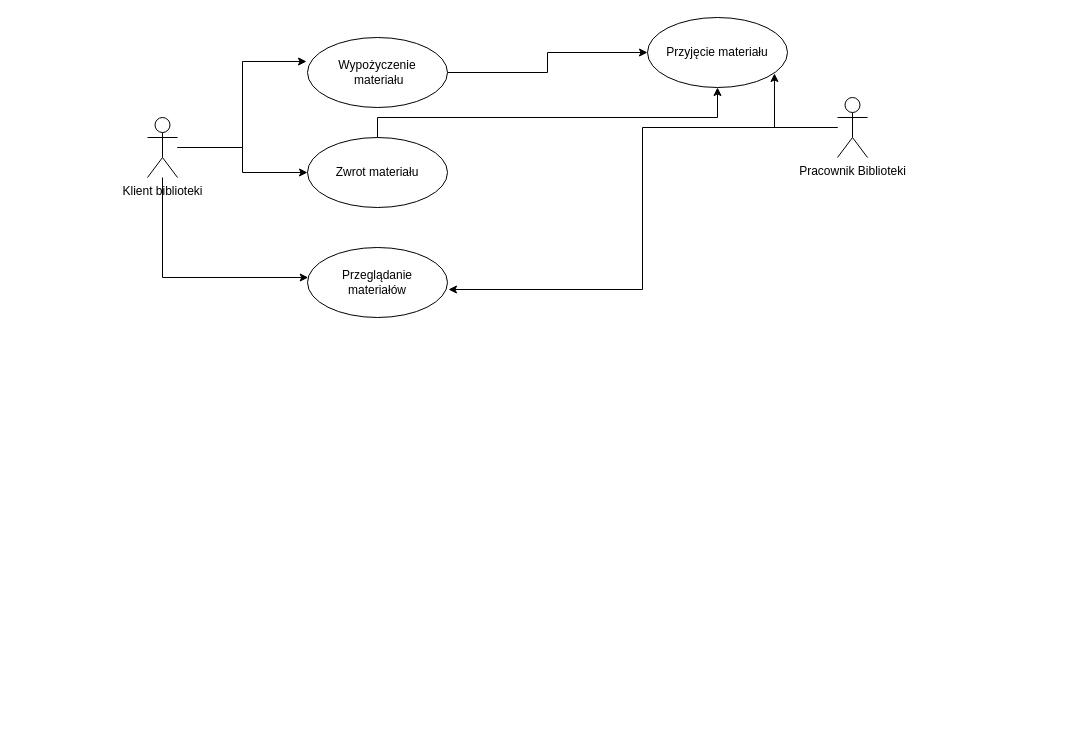
The draw.io diagram Untitled Diagram.drawio in mrogur/inz_opr, before the edit. Source tidied: cells renumbered, new cells numbered last; positions are measured from the earlier drawing's top-left corner, leaving out a move shared by most shapes. Both pictures are drawn from the tidied source at 100%, with x=0, y=0 at pixel (147, 17).
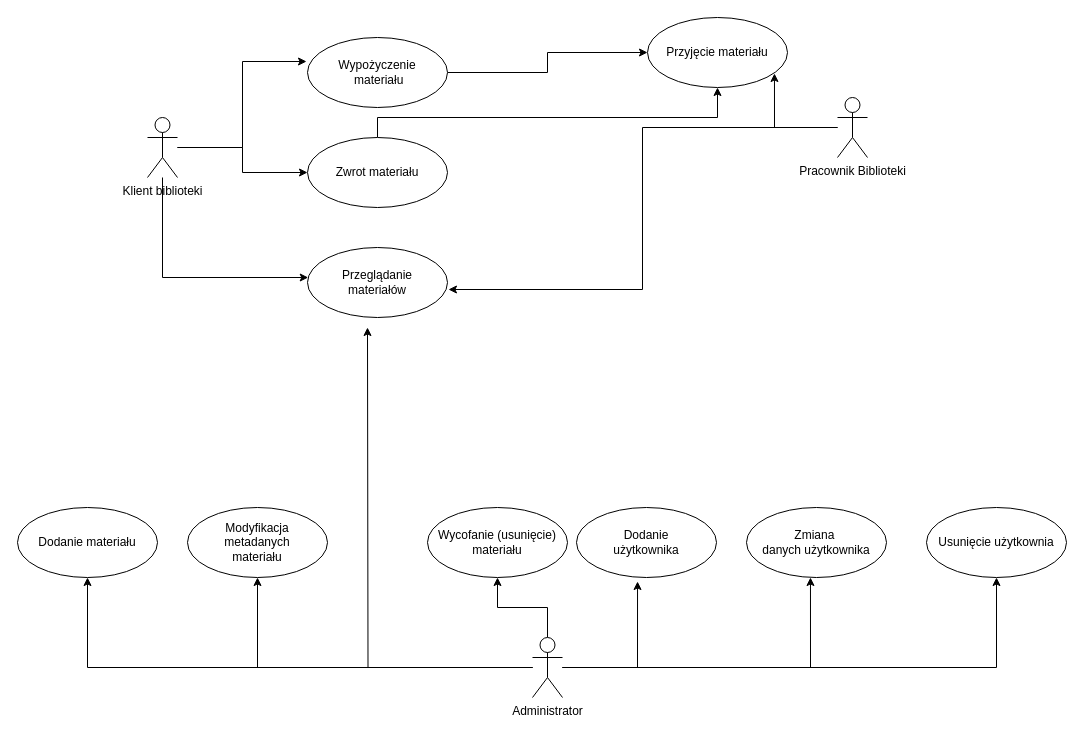
After the change.

The edit, as a diff of the source:
```diff
@@
+    <mxCell id="15" style="edgeStyle=orthogonalEdgeStyle;rounded=0;jettySize=auto;html=1;entryX=0.436;entryY=1.057;entryDx=0;entryDy=0;entryPerimeter=0;" parent="1" edge="1" source="22" target="24">
+      <mxGeometry relative="1" as="geometry" />
+    </mxCell>
+    <mxCell id="16" style="edgeStyle=orthogonalEdgeStyle;rounded=0;jettySize=auto;html=1;entryX=0.457;entryY=1;entryDx=0;entryDy=0;entryPerimeter=0;" parent="1" edge="1" source="22" target="25">
+      <mxGeometry relative="1" as="geometry" />
+    </mxCell>
+    <mxCell id="17" style="edgeStyle=orthogonalEdgeStyle;rounded=0;jettySize=auto;html=1;" parent="1" edge="1" source="22" target="26">
+      <mxGeometry relative="1" as="geometry" />
+    </mxCell>
+    <mxCell id="18" style="edgeStyle=orthogonalEdgeStyle;rounded=0;jettySize=auto;html=1;entryX=0.5;entryY=1;entryDx=0;entryDy=0;" parent="1" edge="1" source="22" target="28">
+      <mxGeometry relative="1" as="geometry" />
+    </mxCell>
+    <mxCell id="19" style="edgeStyle=orthogonalEdgeStyle;rounded=0;jettySize=auto;html=1;entryX=0.5;entryY=1;entryDx=0;entryDy=0;" parent="1" edge="1" source="22" target="27">
+      <mxGeometry relative="1" as="geometry" />
+    </mxCell>
+    <mxCell id="20" style="edgeStyle=orthogonalEdgeStyle;rounded=0;jettySize=auto;html=1;entryX=0.5;entryY=1;entryDx=0;entryDy=0;" parent="1" edge="1" source="22" target="23">
+      <mxGeometry relative="1" as="geometry" />
+    </mxCell>
+    <mxCell id="21" style="edgeStyle=orthogonalEdgeStyle;rounded=0;jettySize=auto;html=1;" parent="1" edge="1" source="22">
+      <mxGeometry relative="1" as="geometry">
+        <mxPoint x="220" y="310" as="targetPoint" />
+      </mxGeometry>
+    </mxCell>
+    <mxCell id="22" value="Administrator&lt;br&gt;" style="shape=umlActor;verticalLabelPosition=bottom;verticalAlign=top;html=1;" parent="1" vertex="1">
+      <mxGeometry x="385" y="620" width="30" height="60" as="geometry" />
+    </mxCell>
+    <mxCell id="23" value="Dodanie materiału" style="ellipse;whiteSpace=wrap;html=1;" parent="1" vertex="1">
+      <mxGeometry x="-130" y="490" width="140" height="70" as="geometry" />
+    </mxCell>
+    <mxCell id="24" value="Dodanie&lt;br&gt;użytkownika" style="ellipse;whiteSpace=wrap;html=1;" parent="1" vertex="1">
+      <mxGeometry x="429" y="490" width="140" height="70" as="geometry" />
+    </mxCell>
+    <mxCell id="25" value="Zmiana&amp;nbsp;&lt;br&gt;danych użytkownika" style="ellipse;whiteSpace=wrap;html=1;" parent="1" vertex="1">
+      <mxGeometry x="599" y="490" width="140" height="70" as="geometry" />
+    </mxCell>
+    <mxCell id="26" value="Usunięcie użytkownia" style="ellipse;whiteSpace=wrap;html=1;" parent="1" vertex="1">
+      <mxGeometry x="779" y="490" width="140" height="70" as="geometry" />
+    </mxCell>
+    <mxCell id="27" value="Modyfikacja &lt;br&gt;metadanych&lt;br&gt;materiału" style="ellipse;whiteSpace=wrap;html=1;" parent="1" vertex="1">
+      <mxGeometry x="40" y="490" width="140" height="70" as="geometry" />
+    </mxCell>
+    <mxCell id="28" value="Wycofanie (usunięcie)&lt;br&gt;materiału" style="ellipse;whiteSpace=wrap;html=1;" parent="1" vertex="1">
+      <mxGeometry x="280" y="490" width="140" height="70" as="geometry" />
+    </mxCell>
```
